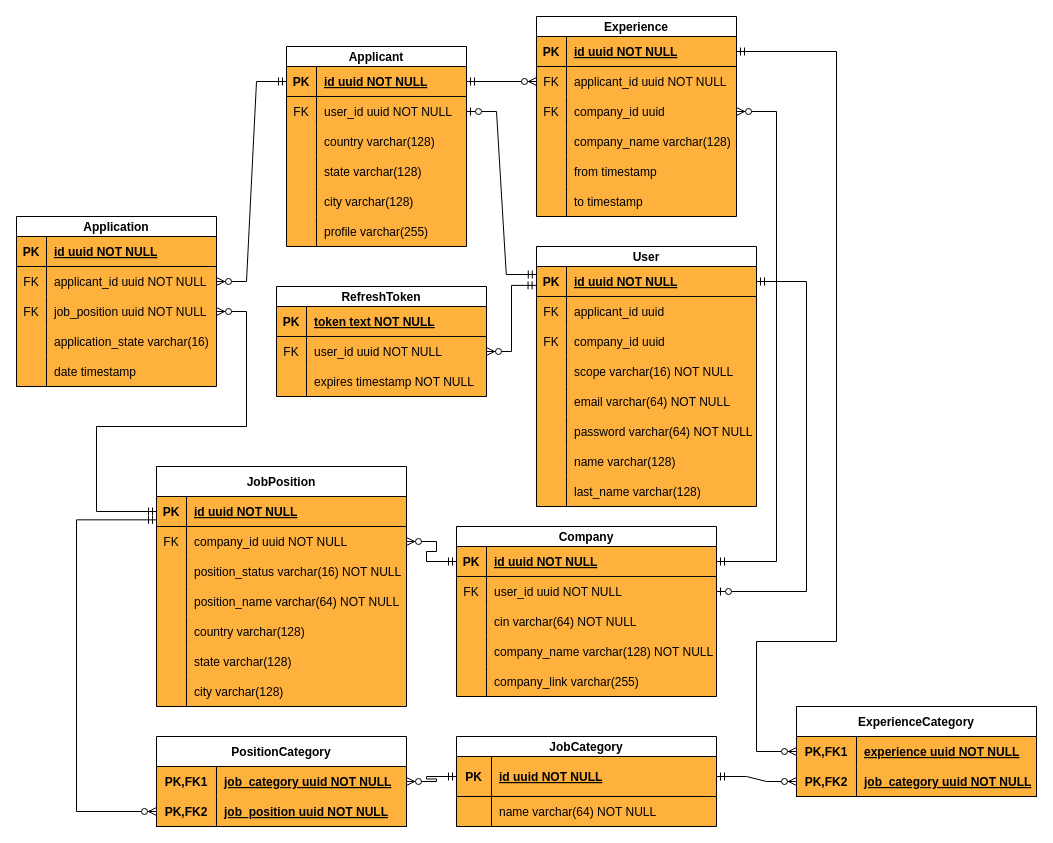
This is diagrams/ERD.drawio from BUTAJI9l-IT/job-portal, a draw.io file, before an edit. Source tidied: cells renumbered, new cells numbered last; positions are measured from the earlier drawing's top-left corner, leaving out a move shared by most shapes. Both pictures are drawn from the tidied source at 100%, with x=0, y=0 at pixel (16, 16).
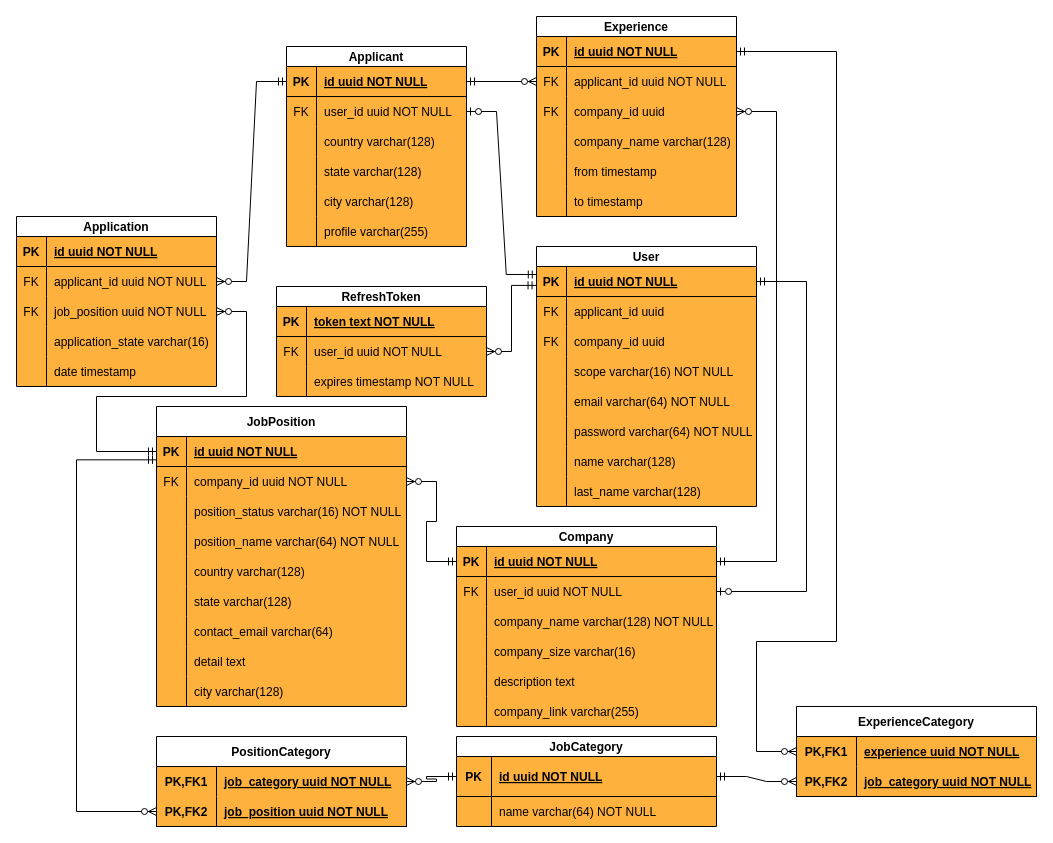
The same page after the edit.

Unchanged cells that the change refers to:
```xml
<mxCell id="28" style="shape=tableRow;horizontal=0;startSize=0;swimlaneHead=0;swimlaneBody=0;fillColor=none;points=[[0,0.5],[1,0.5]];portConstraint=eastwest;top=0;left=0;right=0;bottom=0;" parent="21" vertex="1">
  <mxGeometry y="80" width="200" height="30" as="geometry" />
</mxCell>
<mxCell id="118" style="shape=tableRow;horizontal=0;startSize=0;swimlaneHead=0;swimlaneBody=0;fillColor=none;points=[[0,0.5],[1,0.5]];portConstraint=eastwest;top=0;left=0;right=0;bottom=1;" parent="117" vertex="1">
  <mxGeometry y="30" width="250" height="30" as="geometry" />
</mxCell>
```

The edit, as a diff of the source:
```diff
@@
     <mxCell id="37" value="Company" style="shape=table;startSize=20;childLayout=tableLayout;rowLines=0;fontStyle=1;align=center;swimlaneFillColor=#FFB13D;" parent="1" vertex="1">
-      <mxGeometry x="440" y="510" width="260" height="170" as="geometry" />
+      <mxGeometry x="440" y="510" width="260" height="200" as="geometry" />
     </mxCell>
@@
-    <mxCell id="44" style="shape=tableRow;horizontal=0;startSize=0;swimlaneHead=0;swimlaneBody=0;fillColor=none;top=0;left=0;right=0;bottom=0;" parent="37" vertex="1">
-      <mxGeometry y="80" width="260" height="30" as="geometry" />
-    </mxCell>
-    <mxCell id="45" style="shape=partialRectangle;fillColor=none;top=0;left=0;bottom=0;right=0;overflow=hidden;" parent="44" vertex="1">
-      <mxGeometry width="30" height="30" as="geometry" />
-    </mxCell>
-    <mxCell id="46" value="cin varchar(64) NOT NULL" style="shape=partialRectangle;fillColor=none;top=0;left=0;bottom=0;right=0;align=left;spacingLeft=6;overflow=hidden;" parent="44" vertex="1">
-      <mxGeometry x="30" width="230" height="30" as="geometry" />
-    </mxCell>
     <mxCell id="47" style="shape=tableRow;horizontal=0;startSize=0;swimlaneHead=0;swimlaneBody=0;fillColor=none;top=0;left=0;right=0;bottom=0;" parent="37" vertex="1">
-      <mxGeometry y="110" width="260" height="30" as="geometry" />
+      <mxGeometry y="80" width="260" height="30" as="geometry" />
     </mxCell>
@@
+    <mxCell id="162" style="shape=tableRow;horizontal=0;startSize=0;swimlaneHead=0;swimlaneBody=0;fillColor=none;top=0;left=0;right=0;bottom=0;" parent="37" vertex="1">
+      <mxGeometry y="110" width="260" height="30" as="geometry" />
+    </mxCell>
+    <mxCell id="163" style="shape=partialRectangle;fillColor=none;top=0;left=0;bottom=0;right=0;overflow=hidden;" parent="162" vertex="1">
+      <mxGeometry width="30" height="30" as="geometry" />
+    </mxCell>
+    <mxCell id="164" value="company_size varchar(16)" style="shape=partialRectangle;fillColor=none;top=0;left=0;bottom=0;right=0;align=left;spacingLeft=6;overflow=hidden;" parent="162" vertex="1">
+      <mxGeometry x="30" width="230" height="30" as="geometry" />
+    </mxCell>
+    <mxCell id="165" style="shape=tableRow;horizontal=0;startSize=0;swimlaneHead=0;swimlaneBody=0;fillColor=none;top=0;left=0;right=0;bottom=0;" parent="37" vertex="1">
+      <mxGeometry y="140" width="260" height="30" as="geometry" />
+    </mxCell>
+    <mxCell id="166" style="shape=partialRectangle;fillColor=none;top=0;left=0;bottom=0;right=0;overflow=hidden;" parent="165" vertex="1">
+      <mxGeometry width="30" height="30" as="geometry" />
+    </mxCell>
+    <mxCell id="167" value="description text" style="shape=partialRectangle;fillColor=none;top=0;left=0;bottom=0;right=0;align=left;spacingLeft=6;overflow=hidden;" parent="165" vertex="1">
+      <mxGeometry x="30" width="230" height="30" as="geometry" />
+    </mxCell>
     <mxCell id="50" style="shape=tableRow;horizontal=0;startSize=0;swimlaneHead=0;swimlaneBody=0;fillColor=none;top=0;left=0;right=0;bottom=0;" parent="37" vertex="1">
-      <mxGeometry y="140" width="260" height="30" as="geometry" />
+      <mxGeometry y="170" width="260" height="30" as="geometry" />
     </mxCell>
@@
     <mxCell id="117" value="JobPosition" style="shape=table;startSize=30;childLayout=tableLayout;rowLines=0;fontStyle=1;align=center;swimlaneFillColor=#FFB13D;" parent="1" vertex="1">
-      <mxGeometry x="140" y="450" width="250" height="240" as="geometry" />
+      <mxGeometry x="140" y="390" width="250" height="300" as="geometry" />
     </mxCell>
@@
+    <mxCell id="168" style="shape=tableRow;horizontal=0;startSize=0;swimlaneHead=0;swimlaneBody=0;fillColor=none;top=0;left=0;right=0;bottom=0;" parent="117" vertex="1">
+      <mxGeometry y="210" width="250" height="30" as="geometry" />
+    </mxCell>
+    <mxCell id="169" style="shape=partialRectangle;fillColor=none;top=0;left=0;bottom=0;right=0;overflow=hidden;" parent="168" vertex="1">
+      <mxGeometry width="30" height="30" as="geometry" />
+    </mxCell>
+    <mxCell id="170" value="contact_email varchar(64)" style="shape=partialRectangle;fillColor=none;top=0;left=0;bottom=0;right=0;align=left;spacingLeft=6;overflow=hidden;" parent="168" vertex="1">
+      <mxGeometry x="30" width="220" height="30" as="geometry" />
+    </mxCell>
+    <mxCell id="171" style="shape=tableRow;horizontal=0;startSize=0;swimlaneHead=0;swimlaneBody=0;fillColor=none;top=0;left=0;right=0;bottom=0;" parent="117" vertex="1">
+      <mxGeometry y="240" width="250" height="30" as="geometry" />
+    </mxCell>
+    <mxCell id="172" style="shape=partialRectangle;fillColor=none;top=0;left=0;bottom=0;right=0;overflow=hidden;" parent="171" vertex="1">
+      <mxGeometry width="30" height="30" as="geometry" />
+    </mxCell>
+    <mxCell id="173" value="detail text" style="shape=partialRectangle;fillColor=none;top=0;left=0;bottom=0;right=0;align=left;spacingLeft=6;overflow=hidden;" parent="171" vertex="1">
+      <mxGeometry x="30" width="220" height="30" as="geometry" />
+    </mxCell>
     <mxCell id="136" style="shape=tableRow;horizontal=0;startSize=0;swimlaneHead=0;swimlaneBody=0;fillColor=none;top=0;left=0;right=0;bottom=0;" parent="117" vertex="1">
-      <mxGeometry y="210" width="250" height="30" as="geometry" />
+      <mxGeometry y="270" width="250" height="30" as="geometry" />
     </mxCell>
@@
     <mxCell id="139" style="edgeStyle=orthogonalEdgeStyle;fontSize=12;html=1;endArrow=ERzeroToMany;startArrow=ERmandOne;rounded=0;exitX=0;exitY=0.5;exitDx=0;exitDy=0;" parent="1" edge="1" source="118" target="28">
       <mxGeometry relative="1" as="geometry">
         <Array as="points">
-          <mxPoint x="80" y="495" />
-          <mxPoint x="80" y="410" />
-          <mxPoint x="230" y="410" />
+          <mxPoint x="80" y="435" />
+          <mxPoint x="80" y="380" />
+          <mxPoint x="230" y="380" />
           <mxPoint x="230" y="295" />
         </Array>
       </mxGeometry>
     </mxCell>
```
